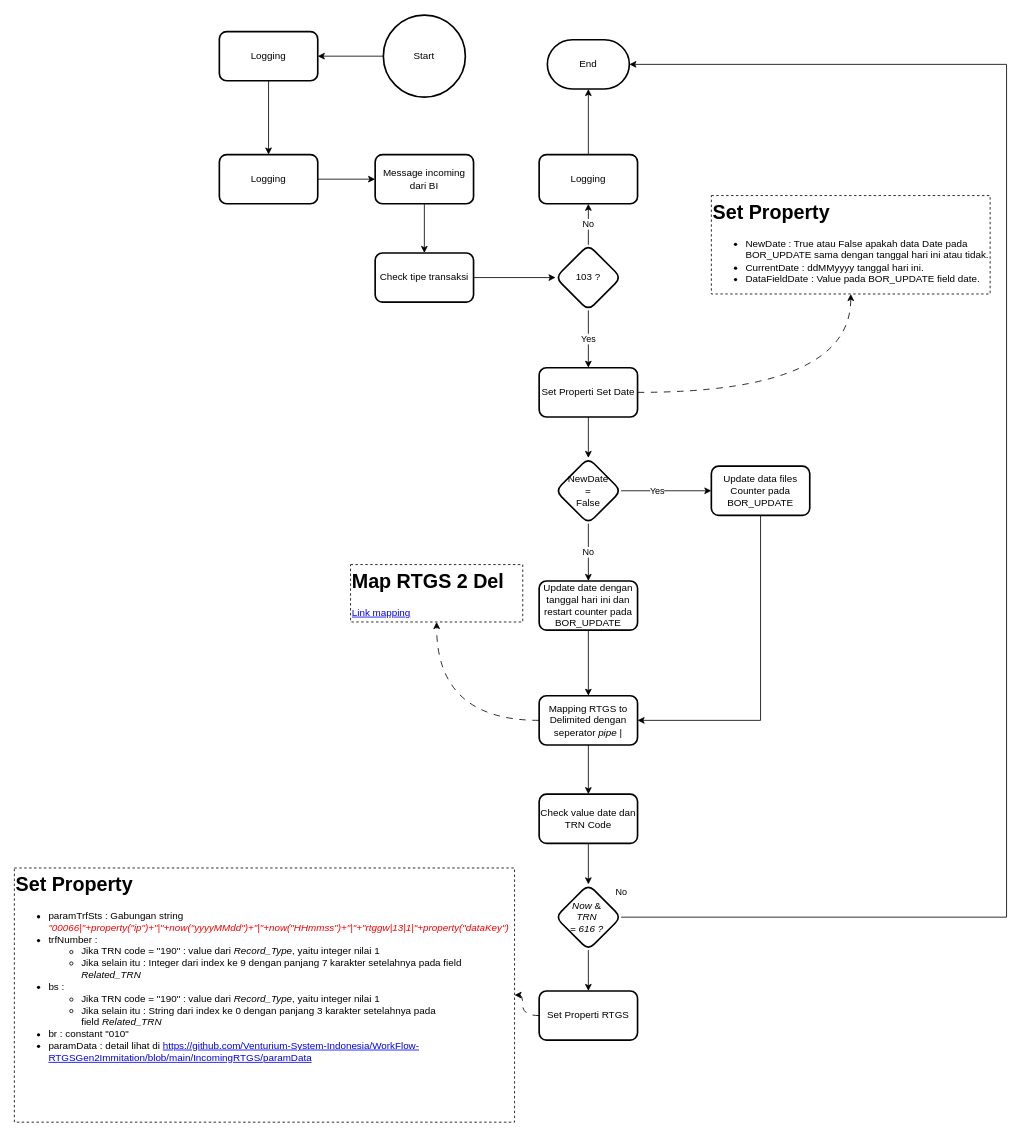
Venturium-System-Indonesia/WorkFlow-RTGSGen2Immitation keeps this draw.io diagram as Untitled Diagram.drawio. Above is the earlier version. Source tidied: cells renumbered, new cells numbered last; positions are measured from the earlier drawing's top-left corner, leaving out a move shared by most shapes. Both pictures are drawn from the tidied source at 82%, with x=0, y=0 at pixel (14, 15).
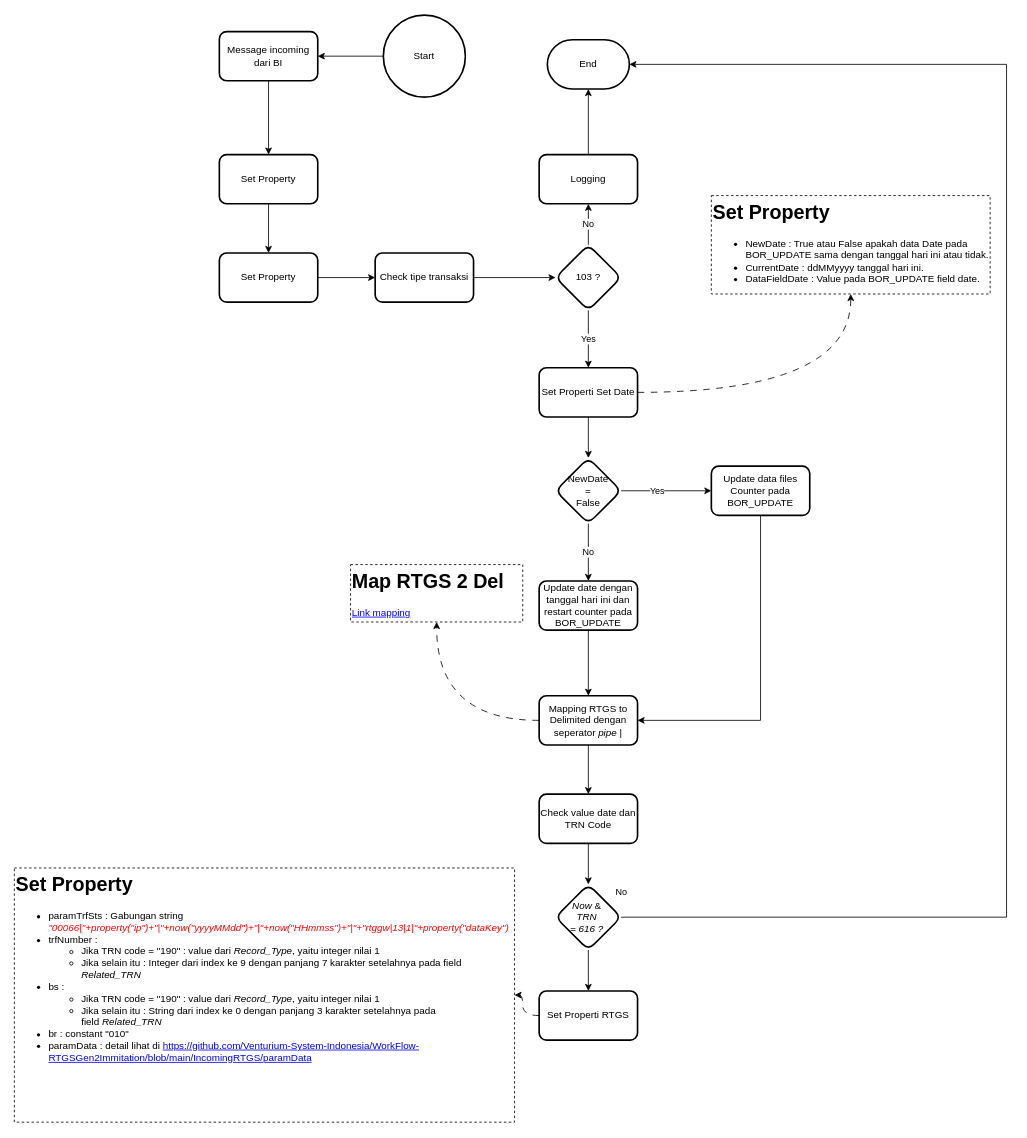
The same diagram, later.

Commit message:
Perbaikin set proerty diawal setelah message incoming dari BI

Change to the diagram source:
```diff
@@
-    <mxCell id="5" value="Message incoming dari BI" style="rounded=1;whiteSpace=wrap;html=1;strokeWidth=2;" parent="1" vertex="1">
-      <mxGeometry x="440" y="170" width="120" height="60" as="geometry" />
+    <mxCell id="5" value="Set Property" style="rounded=1;whiteSpace=wrap;html=1;strokeWidth=2;" parent="1" vertex="1">
+      <mxGeometry x="250" y="290" width="120" height="60" as="geometry" />
     </mxCell>
@@
-    <mxCell id="39" value="Logging" style="whiteSpace=wrap;html=1;rounded=1;strokeWidth=2;" parent="1" vertex="1">
+    <mxCell id="39" value="Message incoming dari BI" style="whiteSpace=wrap;html=1;rounded=1;strokeWidth=2;" parent="1" vertex="1">
       <mxGeometry x="250" y="20" width="120" height="60" as="geometry" />
     </mxCell>
-    <mxCell id="40" style="edgeStyle=orthogonalEdgeStyle;rounded=0;jettySize=auto;html=1;entryX=0;entryY=0.5;entryDx=0;entryDy=0;" parent="1" edge="1" source="41" target="5">
+    <mxCell id="40" style="edgeStyle=orthogonalEdgeStyle;rounded=0;jettySize=auto;html=1;" parent="1" edge="1" source="41" target="5">
       <mxGeometry relative="1" as="geometry" />
     </mxCell>
-    <mxCell id="41" value="Logging" style="whiteSpace=wrap;html=1;rounded=1;strokeWidth=2;" parent="1" vertex="1">
+    <mxCell id="41" value="Set Property" style="whiteSpace=wrap;html=1;rounded=1;strokeWidth=2;" parent="1" vertex="1">
       <mxGeometry x="250" y="170" width="120" height="60" as="geometry" />
     </mxCell>
```
